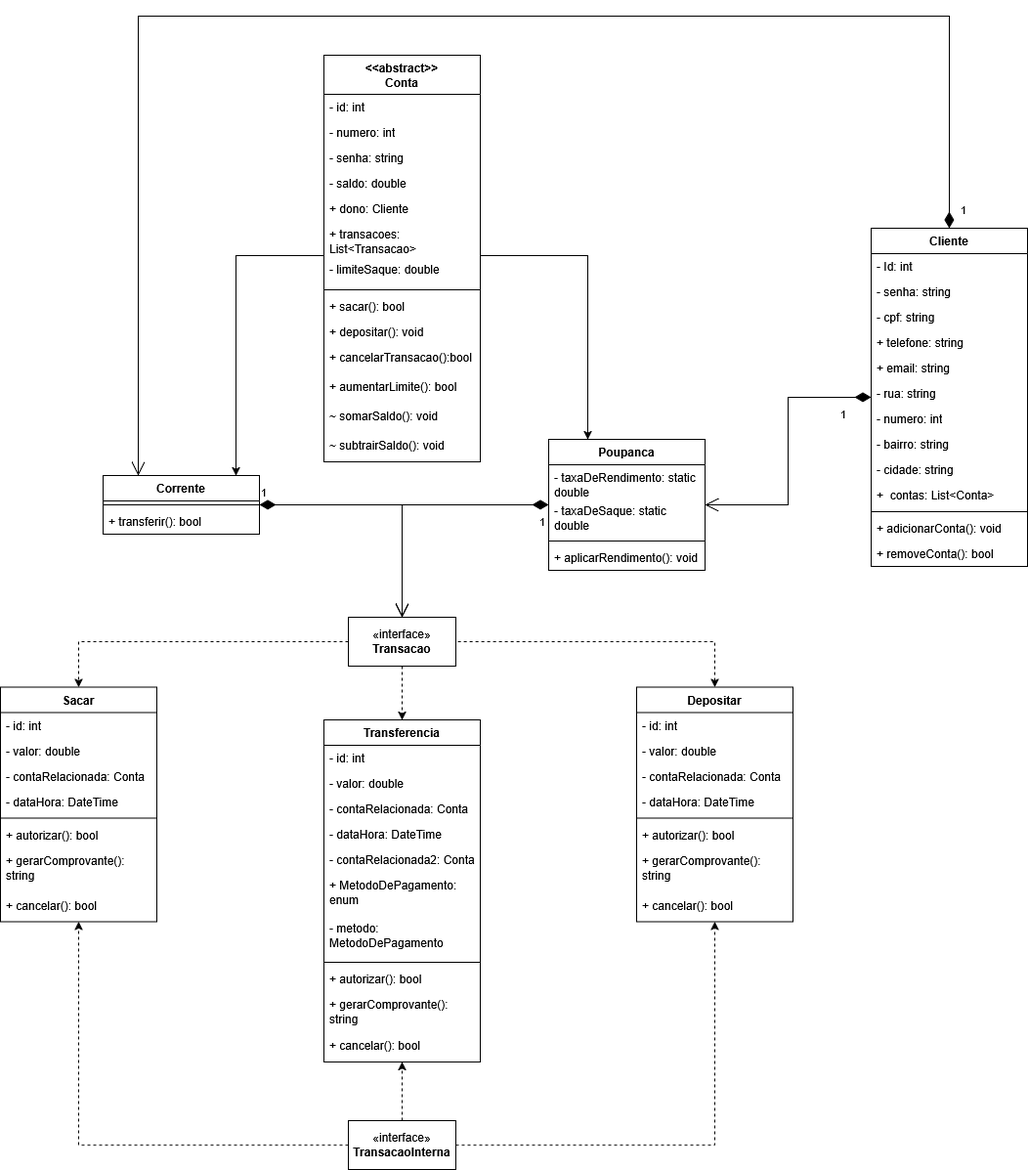
The draw.io diagram Docs/UvvFintech.drawio.png in Markyneos/UVVFintech, before a commit. Source tidied: cells renumbered, new cells last; positions are measured from the earlier drawing's top-left corner, leaving out a move shared by most shapes.
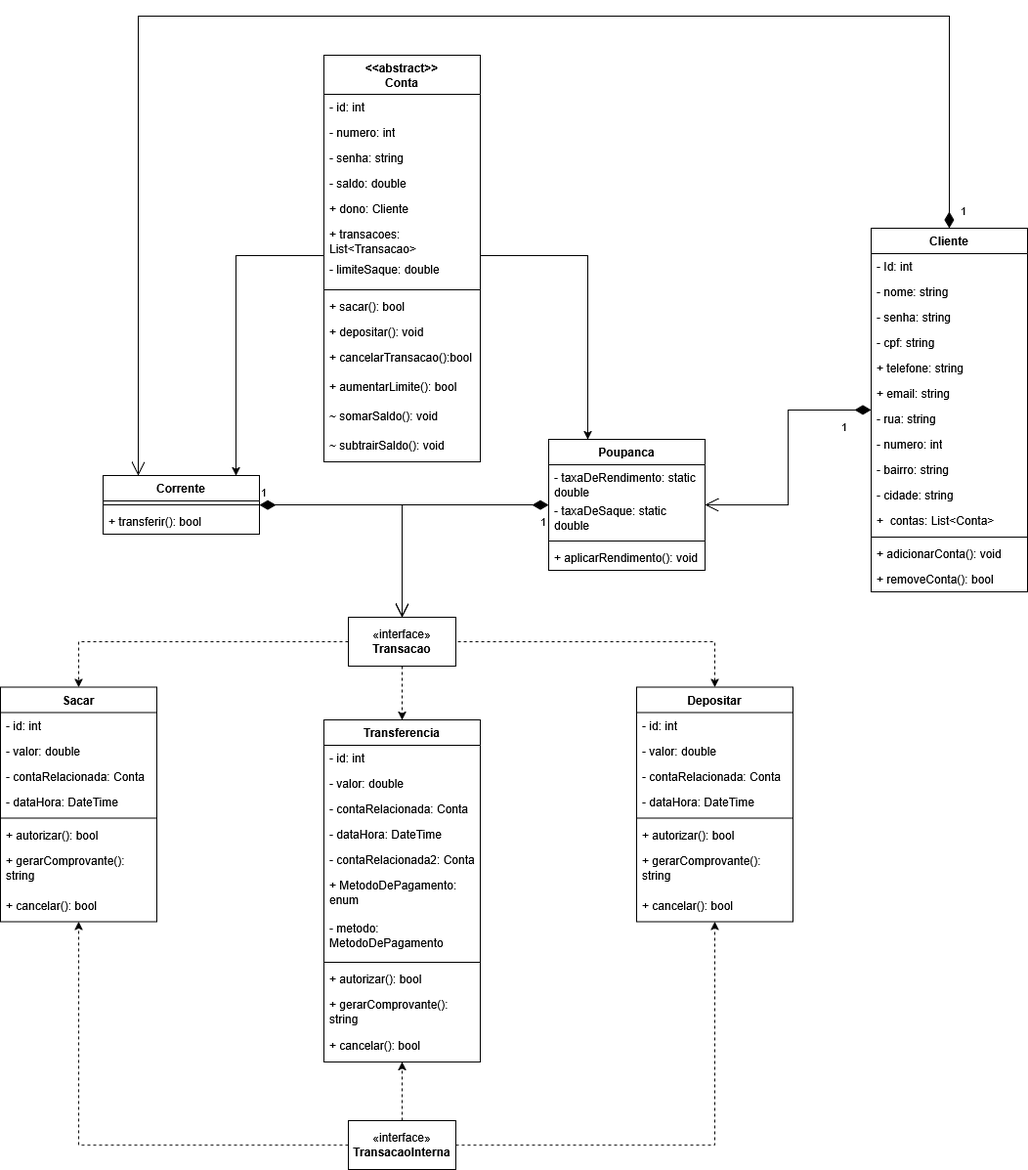
Above is the later version.

Change to the diagram source:
```diff
@@ -3,46 +3,49 @@
     <mxCell id="0" />
     <mxCell id="1" parent="0" />
     <mxCell id="2" value="Cliente" style="swimlane;fontStyle=1;align=center;verticalAlign=top;horizontal=1;startSize=26;whiteSpace=wrap;html=1;" parent="1" vertex="1">
-      <mxGeometry x="891" y="217" width="160" height="346" as="geometry" />
+      <mxGeometry x="891" y="217" width="160" height="372" as="geometry" />
     </mxCell>
     <mxCell id="3" value="- Id: int" style="text;strokeColor=none;fillColor=none;align=left;verticalAlign=top;spacingLeft=4;spacingRight=4;overflow=hidden;whiteSpace=wrap;html=1;" parent="2" vertex="1">
       <mxGeometry y="26" width="160" height="26" as="geometry" />
     </mxCell>
+    <mxCell id="83" value="- nome: string" style="text;strokeColor=none;fillColor=none;align=left;verticalAlign=top;spacingLeft=4;spacingRight=4;overflow=hidden;whiteSpace=wrap;html=1;" parent="2" vertex="1">
+      <mxGeometry y="52" width="160" height="26" as="geometry" />
+    </mxCell>
     <mxCell id="4" value="- senha: string" style="text;strokeColor=none;fillColor=none;align=left;verticalAlign=top;spacingLeft=4;spacingRight=4;overflow=hidden;whiteSpace=wrap;html=1;" parent="2" vertex="1">
-      <mxGeometry y="52" width="160" height="26" as="geometry" />
+      <mxGeometry y="78" width="160" height="26" as="geometry" />
     </mxCell>
     <mxCell id="5" value="- cpf: string" style="text;strokeColor=none;fillColor=none;align=left;verticalAlign=top;spacingLeft=4;spacingRight=4;overflow=hidden;whiteSpace=wrap;html=1;" parent="2" vertex="1">
-      <mxGeometry y="78" width="160" height="26" as="geometry" />
+      <mxGeometry y="104" width="160" height="26" as="geometry" />
     </mxCell>
     <mxCell id="6" value="+ telefone: string" style="text;strokeColor=none;fillColor=none;align=left;verticalAlign=top;spacingLeft=4;spacingRight=4;overflow=hidden;whiteSpace=wrap;html=1;" parent="2" vertex="1">
-      <mxGeometry y="104" width="160" height="26" as="geometry" />
+      <mxGeometry y="130" width="160" height="26" as="geometry" />
     </mxCell>
     <mxCell id="7" value="+ email: string" style="text;strokeColor=none;fillColor=none;align=left;verticalAlign=top;spacingLeft=4;spacingRight=4;overflow=hidden;whiteSpace=wrap;html=1;" parent="2" vertex="1">
-      <mxGeometry y="130" width="160" height="26" as="geometry" />
+      <mxGeometry y="156" width="160" height="26" as="geometry" />
     </mxCell>
     <mxCell id="8" value="- rua: string" style="text;strokeColor=none;fillColor=none;align=left;verticalAlign=top;spacingLeft=4;spacingRight=4;overflow=hidden;whiteSpace=wrap;html=1;" parent="2" vertex="1">
-      <mxGeometry y="156" width="160" height="26" as="geometry" />
+      <mxGeometry y="182" width="160" height="26" as="geometry" />
     </mxCell>
     <mxCell id="9" value="- numero: int" style="text;strokeColor=none;fillColor=none;align=left;verticalAlign=top;spacingLeft=4;spacingRight=4;overflow=hidden;whiteSpace=wrap;html=1;" parent="2" vertex="1">
-      <mxGeometry y="182" width="160" height="26" as="geometry" />
+      <mxGeometry y="208" width="160" height="26" as="geometry" />
     </mxCell>
     <mxCell id="10" value="- bairro: string" style="text;strokeColor=none;fillColor=none;align=left;verticalAlign=top;spacingLeft=4;spacingRight=4;overflow=hidden;whiteSpace=wrap;html=1;" parent="2" vertex="1">
-      <mxGeometry y="208" width="160" height="26" as="geometry" />
+      <mxGeometry y="234" width="160" height="26" as="geometry" />
     </mxCell>
     <mxCell id="11" value="- cidade: string" style="text;strokeColor=none;fillColor=none;align=left;verticalAlign=top;spacingLeft=4;spacingRight=4;overflow=hidden;whiteSpace=wrap;html=1;" parent="2" vertex="1">
-      <mxGeometry y="234" width="160" height="26" as="geometry" />
+      <mxGeometry y="260" width="160" height="26" as="geometry" />
     </mxCell>
     <mxCell id="12" value="+&amp;nbsp; contas: List&amp;lt;Conta&amp;gt;" style="text;strokeColor=none;fillColor=none;align=left;verticalAlign=top;spacingLeft=4;spacingRight=4;overflow=hidden;whiteSpace=wrap;html=1;" parent="2" vertex="1">
-      <mxGeometry y="260" width="160" height="26" as="geometry" />
+      <mxGeometry y="286" width="160" height="26" as="geometry" />
     </mxCell>
     <mxCell id="13" style="line;strokeWidth=1;fillColor=none;align=left;verticalAlign=middle;spacingTop=-1;spacingLeft=3;spacingRight=3;labelPosition=right;strokeColor=inherit;" parent="2" vertex="1">
-      <mxGeometry y="286" width="160" height="8" as="geometry" />
+      <mxGeometry y="312" width="160" height="8" as="geometry" />
     </mxCell>
     <mxCell id="14" value="+ adicionarConta(): void" style="text;strokeColor=none;fillColor=none;align=left;verticalAlign=top;spacingLeft=4;spacingRight=4;overflow=hidden;whiteSpace=wrap;html=1;" parent="2" vertex="1">
-      <mxGeometry y="294" width="160" height="26" as="geometry" />
+      <mxGeometry y="320" width="160" height="26" as="geometry" />
     </mxCell>
     <mxCell id="15" value="+ removeConta(): bool" style="text;strokeColor=none;fillColor=none;align=left;verticalAlign=top;spacingLeft=4;spacingRight=4;overflow=hidden;whiteSpace=wrap;html=1;" parent="2" vertex="1">
-      <mxGeometry y="320" width="160" height="26" as="geometry" />
+      <mxGeometry y="346" width="160" height="26" as="geometry" />
     </mxCell>
     <mxCell id="16" style="edgeStyle=orthogonalEdgeStyle;rounded=0;jettySize=auto;html=1;" parent="1" edge="1" source="18" target="33">
       <mxGeometry relative="1" as="geometry">
```
